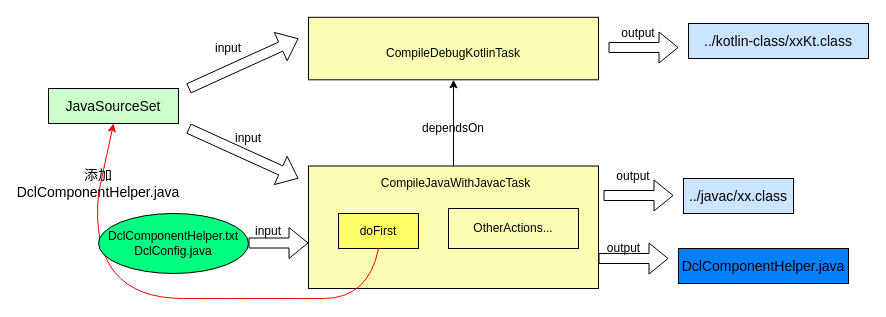
This is page "DclComponent" (2 of 22) of T9.drawio from shinecjj/UML, a draw.io file, before an edit. Source tidied: cells renumbered, new cells numbered last; positions are measured from the earlier drawing's top-left corner, leaving out a move shared by most shapes. Both pictures are drawn from the tidied source at 100%, with x=0, y=0 at pixel (48, 17).
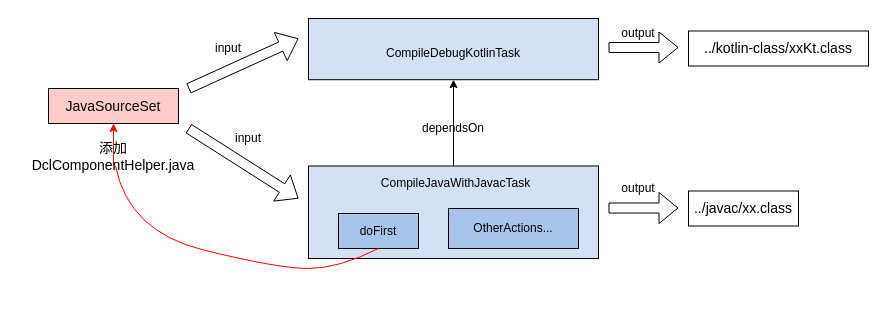
After the change.

The edit, as a diff of the source:
```diff
@@
-    <mxCell id="2" style="rounded=0;whiteSpace=wrap;html=1;strokeColor=#000000;fillColor=#FCFFB3;" parent="1" vertex="1">
-      <mxGeometry x="260" y="148.5" width="290" height="122.5" as="geometry" />
+    <mxCell id="2" style="rounded=0;whiteSpace=wrap;html=1;strokeColor=#000000;fillColor=#D4E1F5;" parent="1" vertex="1">
+      <mxGeometry x="260" y="148.5" width="290" height="92.5" as="geometry" />
     </mxCell>
@@
-    <mxCell id="4" value="doFirst" style="rounded=0;whiteSpace=wrap;html=1;strokeColor=#000000;fillColor=#FFFF66;" parent="1" vertex="1">
+    <mxCell id="4" value="doFirst" style="rounded=0;whiteSpace=wrap;html=1;strokeColor=#000000;fillColor=#A9C4EB;" parent="1" vertex="1">
       <mxGeometry x="290" y="196" width="80" height="35" as="geometry" />
     </mxCell>
-    <mxCell id="5" value="OtherActions..." style="rounded=0;whiteSpace=wrap;html=1;strokeColor=#000000;fillColor=#FCFFB3;" parent="1" vertex="1">
+    <mxCell id="5" value="OtherActions..." style="rounded=0;whiteSpace=wrap;html=1;strokeColor=#000000;fillColor=#A9C4EB;" parent="1" vertex="1">
       <mxGeometry x="400" y="191" width="130" height="40" as="geometry" />
     </mxCell>
-    <mxCell id="6" value="&lt;span style=&quot;font-size: 14px&quot;&gt;JavaSourceSet&lt;/span&gt;" style="rounded=0;whiteSpace=wrap;html=1;strokeColor=#000000;fillColor=#CCFFCC;" parent="1" vertex="1">
+    <mxCell id="6" value="&lt;span style=&quot;font-size: 14px&quot;&gt;JavaSourceSet&lt;/span&gt;" style="rounded=0;whiteSpace=wrap;html=1;strokeColor=#000000;fillColor=#FFCCCC;" parent="1" vertex="1">
       <mxGeometry y="71" width="130" height="35" as="geometry" />
     </mxCell>
@@
     <mxCell id="9" style="shape=flexArrow;endArrow=classic;html=1;fillColor=#FFFFFF;" parent="1" edge="1">
       <mxGeometry relative="1" as="geometry">
-        <mxPoint x="555" y="178" as="sourcePoint" />
-        <mxPoint x="625" y="178" as="targetPoint" />
+        <mxPoint x="560" y="190.5" as="sourcePoint" />
+        <mxPoint x="630" y="190.5" as="targetPoint" />
       </mxGeometry>
     </mxCell>
     <mxCell id="10" value="output" style="text;html=1;strokeColor=none;fillColor=none;align=center;verticalAlign=middle;whiteSpace=wrap;rounded=0;" parent="1" vertex="1">
-      <mxGeometry x="565" y="148.5" width="40" height="20" as="geometry" />
+      <mxGeometry x="570" y="161" width="40" height="20" as="geometry" />
     </mxCell>
-    <mxCell id="11" value="&lt;span style=&quot;font-size: 14px&quot;&gt;../javac/xx.class&lt;/span&gt;" style="rounded=0;whiteSpace=wrap;html=1;strokeColor=#000000;fillColor=#CCE5FF;" parent="1" vertex="1">
-      <mxGeometry x="635" y="161" width="110" height="35" as="geometry" />
+    <mxCell id="11" value="&lt;span style=&quot;font-size: 14px&quot;&gt;../javac/xx.class&lt;/span&gt;" style="rounded=0;whiteSpace=wrap;html=1;strokeColor=#000000;fillColor=none;" parent="1" vertex="1">
+      <mxGeometry x="640" y="173.5" width="110" height="35" as="geometry" />
     </mxCell>
-    <mxCell id="12" style="rounded=0;whiteSpace=wrap;html=1;strokeColor=#000000;fillColor=#FCFFB3;" parent="1" vertex="1">
-      <mxGeometry x="260" y="-0.2" width="290" height="62.5" as="geometry" />
+    <mxCell id="12" style="rounded=0;whiteSpace=wrap;html=1;strokeColor=#000000;fillColor=#D4E1F5;" parent="1" vertex="1">
+      <mxGeometry x="260" y="1" width="290" height="61.2" as="geometry" />
     </mxCell>
@@
     <mxCell id="16" style="shape=flexArrow;endArrow=classic;html=1;strokeColor=#000000;fillColor=#FFFFFF;" parent="1" edge="1">
       <mxGeometry relative="1" as="geometry">
         <mxPoint x="140" y="111" as="sourcePoint" />
-        <mxPoint x="250" y="161" as="targetPoint" />
+        <mxPoint x="250" y="181" as="targetPoint" />
       </mxGeometry>
     </mxCell>
@@
-    <mxCell id="19" value="&lt;span style=&quot;font-size: 14px&quot;&gt;../kotlin-class/xxKt.class&lt;/span&gt;" style="rounded=0;whiteSpace=wrap;html=1;strokeColor=#000000;fillColor=#CCE5FF;" parent="1" vertex="1">
-      <mxGeometry x="640" y="6" width="180" height="35" as="geometry" />
+    <mxCell id="19" value="&lt;span style=&quot;font-size: 14px&quot;&gt;../kotlin-class/xxKt.class&lt;/span&gt;" style="rounded=0;whiteSpace=wrap;html=1;strokeColor=#000000;fillColor=none;" parent="1" vertex="1">
+      <mxGeometry x="640" y="13.5" width="180" height="35" as="geometry" />
     </mxCell>
@@
     <mxCell id="22" value="&lt;font style=&quot;font-size: 14px&quot;&gt;添加DclComponentHelper.java&lt;/font&gt;" style="text;html=1;strokeColor=none;fillColor=none;align=center;verticalAlign=middle;whiteSpace=wrap;rounded=0;" parent="1" vertex="1">
-      <mxGeometry x="30" y="156" width="40" height="20" as="geometry" />
+      <mxGeometry x="45" y="128.5" width="40" height="20" as="geometry" />
     </mxCell>
-    <mxCell id="23" style="curved=1;endArrow=none;html=1;fillColor=#FFFFFF;entryX=0.5;entryY=1;entryDx=0;entryDy=0;exitX=0.5;exitY=1;exitDx=0;exitDy=0;strokeColor=#FF0000;" parent="1" edge="1" source="4" target="22">
+    <mxCell id="23" style="curved=1;endArrow=none;html=1;fillColor=#FFFFFF;exitX=0.5;exitY=1;exitDx=0;exitDy=0;strokeColor=#FF0000;" parent="1" edge="1" source="4" target="22">
       <mxGeometry relative="1" as="geometry">
         <Array as="points">
-          <mxPoint x="320" y="281" />
-          <mxPoint x="230" y="281" />
-          <mxPoint x="40" y="281" />
+          <mxPoint x="290" y="251" />
+          <mxPoint x="230" y="251" />
+          <mxPoint x="80" y="214" />
         </Array>
       </mxGeometry>
     </mxCell>
-    <mxCell id="24" style="shape=flexArrow;endArrow=classic;html=1;strokeColor=#000000;fillColor=#FFFFFF;" parent="1" edge="1">
-      <mxGeometry relative="1" as="geometry">
-        <mxPoint x="200" y="225.5" as="sourcePoint" />
-        <mxPoint x="260" y="225.5" as="targetPoint" />
-      </mxGeometry>
-    </mxCell>
-    <mxCell id="25" value="input" style="text;html=1;strokeColor=none;fillColor=none;align=center;verticalAlign=middle;whiteSpace=wrap;rounded=0;" parent="1" vertex="1">
-      <mxGeometry x="200" y="203.5" width="40" height="20" as="geometry" />
-    </mxCell>
-    <mxCell id="26" value="&lt;span&gt;DclComponentHelper.txt&lt;br&gt;&lt;/span&gt;DclConfig.java" style="ellipse;whiteSpace=wrap;html=1;strokeColor=#000000;fillColor=#00FF80;" parent="1" vertex="1">
-      <mxGeometry x="50" y="196" width="150" height="60" as="geometry" />
-    </mxCell>
-    <mxCell id="27" style="shape=flexArrow;endArrow=classic;html=1;fillColor=#FFFFFF;" parent="1" edge="1">
-      <mxGeometry relative="1" as="geometry">
-        <mxPoint x="550" y="241" as="sourcePoint" />
-        <mxPoint x="620" y="241" as="targetPoint" />
-      </mxGeometry>
-    </mxCell>
-    <mxCell id="28" value="output" style="text;html=1;align=center;verticalAlign=middle;strokeColor=none;" parent="1" vertex="1">
-      <mxGeometry x="550" y="221" width="50" height="20" as="geometry" />
-    </mxCell>
-    <mxCell id="29" value="&lt;span style=&quot;font-size: 14px&quot;&gt;DclComponentHelper.java&lt;/span&gt;" style="rounded=0;whiteSpace=wrap;html=1;strokeColor=#000000;fillColor=#007FFF;" parent="1" vertex="1">
-      <mxGeometry x="630" y="231" width="170" height="35" as="geometry" />
-    </mxCell>
```
